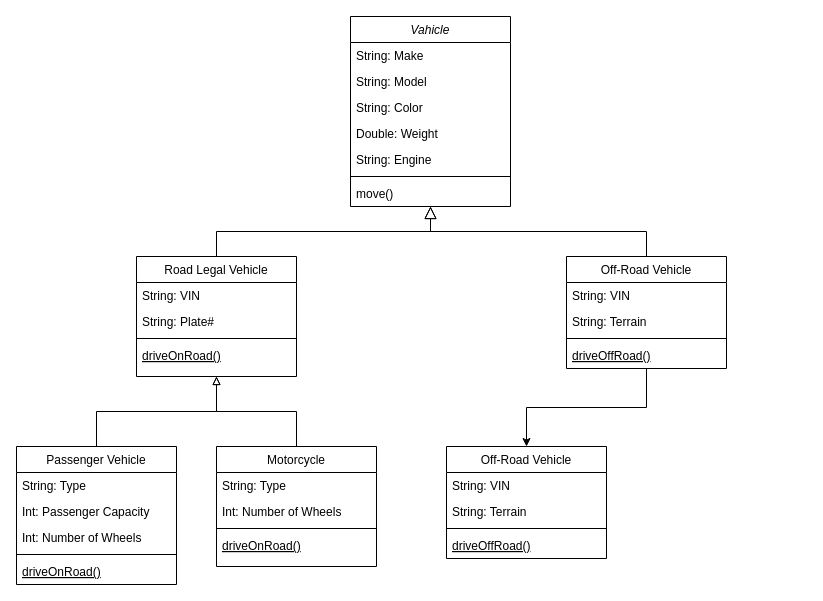
micahsellis/UMLs keeps this draw.io diagram as InheritanceClassDiag.drawio. Above is the earlier version. Source tidied: cells renumbered, new cells numbered last; positions are measured from the earlier drawing's top-left corner, leaving out a move shared by most shapes. Both pictures are drawn from the tidied source at 100%, with x=0, y=0 at pixel (16, 16).
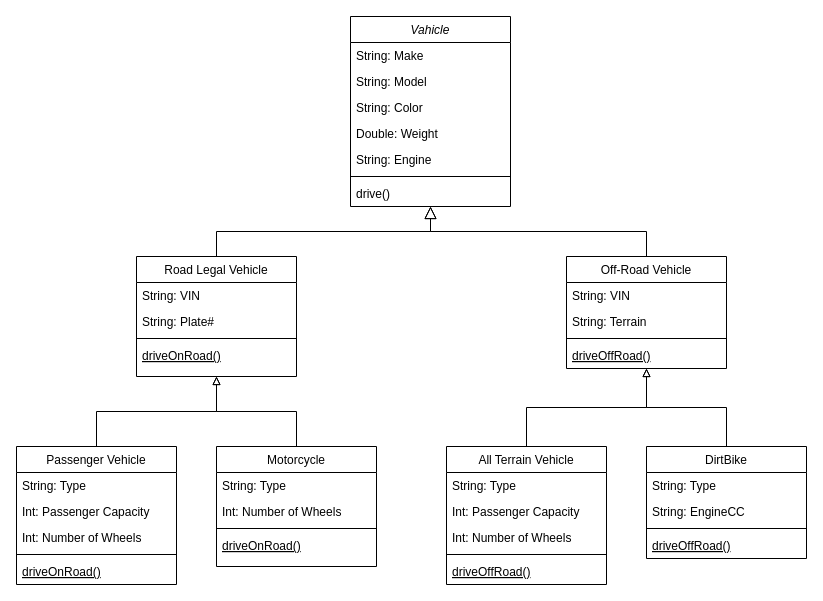
Above is the later version.

The change refers to these unchanged cells:
```xml
<mxCell id="2" value="Vahicle" style="swimlane;fontStyle=2;align=center;verticalAlign=top;horizontal=1;startSize=26;rounded=0;shadow=0;strokeWidth=1;" parent="1" vertex="1">
  <mxGeometry x="334" width="160" height="190" as="geometry" />
</mxCell>
<mxCell id="19" value="Off-Road Vehicle" style="swimlane;fontStyle=0;align=center;verticalAlign=top;horizontal=1;startSize=26;rounded=0;shadow=0;strokeWidth=1;" parent="1" vertex="1">
  <mxGeometry x="550" y="240" width="160" height="112" as="geometry" />
</mxCell>
```

What changed in the source:
```diff
@@
-    <mxCell id="9" value="move()" style="text;align=left;verticalAlign=top;spacingLeft=4;spacingRight=4;overflow=hidden;" parent="2" vertex="1">
+    <mxCell id="9" value="drive()" style="text;align=left;verticalAlign=top;spacingLeft=4;spacingRight=4;overflow=hidden;" parent="2" vertex="1">
       <mxGeometry y="164" width="160" height="26" as="geometry" />
     </mxCell>
@@
-    <mxCell id="18" style="edgeStyle=orthogonalEdgeStyle;rounded=0;jettySize=auto;html=1;" parent="1" edge="1" source="19" target="36">
+    <mxCell id="18" style="edgeStyle=orthogonalEdgeStyle;rounded=0;jettySize=auto;html=1;startArrow=block;startFill=0;endArrow=none;endFill=0;" parent="1" edge="1" source="19" target="36">
       <mxGeometry relative="1" as="geometry" />
     </mxCell>
+    <mxCell id="41" style="edgeStyle=orthogonalEdgeStyle;rounded=0;jettySize=auto;html=1;startArrow=block;startFill=0;endArrow=none;endFill=0;" parent="1" edge="1" source="19" target="43">
+      <mxGeometry relative="1" as="geometry" />
+    </mxCell>
@@
-    <mxCell id="36" value="Off-Road Vehicle" style="swimlane;fontStyle=0;align=center;verticalAlign=top;horizontal=1;startSize=26;rounded=0;shadow=0;strokeWidth=1;" parent="1" vertex="1">
-      <mxGeometry x="430" y="430" width="160" height="112" as="geometry" />
+    <mxCell id="36" value="All Terrain Vehicle" style="swimlane;fontStyle=0;align=center;verticalAlign=top;horizontal=1;startSize=26;rounded=0;shadow=0;strokeWidth=1;" parent="1" vertex="1">
+      <mxGeometry x="430" y="430" width="160" height="138" as="geometry" />
     </mxCell>
-    <mxCell id="37" value="String: VIN" style="text;align=left;verticalAlign=top;spacingLeft=4;spacingRight=4;overflow=hidden;" parent="36" vertex="1">
+    <mxCell id="37" value="String: Type" style="text;align=left;verticalAlign=top;spacingLeft=4;spacingRight=4;overflow=hidden;" parent="36" vertex="1">
       <mxGeometry y="26" width="160" height="26" as="geometry" />
     </mxCell>
-    <mxCell id="38" value="String: Terrain" style="text;align=left;verticalAlign=top;spacingLeft=4;spacingRight=4;overflow=hidden;" parent="36" vertex="1">
+    <mxCell id="38" value="Int: Passenger Capacity" style="text;align=left;verticalAlign=top;spacingLeft=4;spacingRight=4;overflow=hidden;" parent="36" vertex="1">
       <mxGeometry y="52" width="160" height="26" as="geometry" />
     </mxCell>
+    <mxCell id="42" value="Int: Number of Wheels" style="text;align=left;verticalAlign=top;spacingLeft=4;spacingRight=4;overflow=hidden;" parent="36" vertex="1">
+      <mxGeometry y="78" width="160" height="26" as="geometry" />
+    </mxCell>
     <mxCell id="39" style="line;html=1;strokeWidth=1;align=left;verticalAlign=middle;spacingTop=-1;spacingLeft=3;spacingRight=3;labelPosition=right;" parent="36" vertex="1">
-      <mxGeometry y="78" width="160" height="8" as="geometry" />
+      <mxGeometry y="104" width="160" height="8" as="geometry" />
     </mxCell>
     <mxCell id="40" value="driveOffRoad()" style="text;align=left;verticalAlign=top;spacingLeft=4;spacingRight=4;overflow=hidden;fontStyle=4;" parent="36" vertex="1">
-      <mxGeometry y="86" width="160" height="26" as="geometry" />
+      <mxGeometry y="112" width="160" height="26" as="geometry" />
     </mxCell>
+    <mxCell id="43" value="DirtBike" style="swimlane;fontStyle=0;align=center;verticalAlign=top;horizontal=1;startSize=26;rounded=0;shadow=0;strokeWidth=1;" parent="1" vertex="1">
+      <mxGeometry x="630" y="430" width="160" height="112" as="geometry" />
+    </mxCell>
+    <mxCell id="44" value="String: Type" style="text;align=left;verticalAlign=top;spacingLeft=4;spacingRight=4;overflow=hidden;" parent="43" vertex="1">
+      <mxGeometry y="26" width="160" height="26" as="geometry" />
+    </mxCell>
+    <mxCell id="45" value="String: EngineCC" style="text;align=left;verticalAlign=top;spacingLeft=4;spacingRight=4;overflow=hidden;" parent="43" vertex="1">
+      <mxGeometry y="52" width="160" height="26" as="geometry" />
+    </mxCell>
+    <mxCell id="46" style="line;html=1;strokeWidth=1;align=left;verticalAlign=middle;spacingTop=-1;spacingLeft=3;spacingRight=3;labelPosition=right;" parent="43" vertex="1">
+      <mxGeometry y="78" width="160" height="8" as="geometry" />
+    </mxCell>
+    <mxCell id="47" value="driveOffRoad()" style="text;align=left;verticalAlign=top;spacingLeft=4;spacingRight=4;overflow=hidden;fontStyle=4;" parent="43" vertex="1">
+      <mxGeometry y="86" width="160" height="26" as="geometry" />
+    </mxCell>
```
